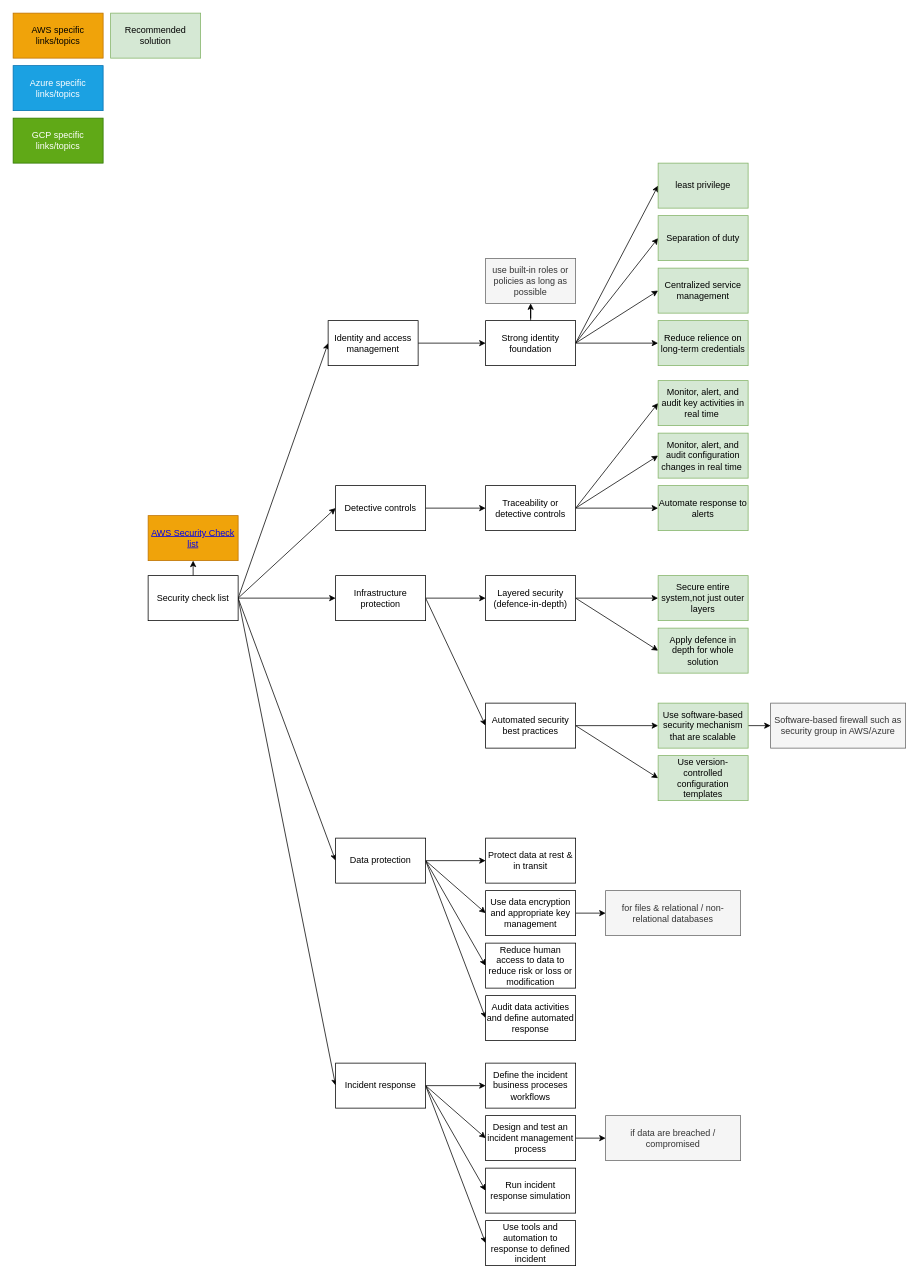
This is drawio/cloud-migration-strategie.drawio from ParisaMousavi/wordpress, a draw.io file, before an edit. Source tidied: cells renumbered, new cells numbered last; positions are measured from the earlier drawing's top-left corner, leaving out a move shared by most shapes. Both pictures are drawn from the tidied source at 75%, with x=0, y=0 at pixel (13, 13).
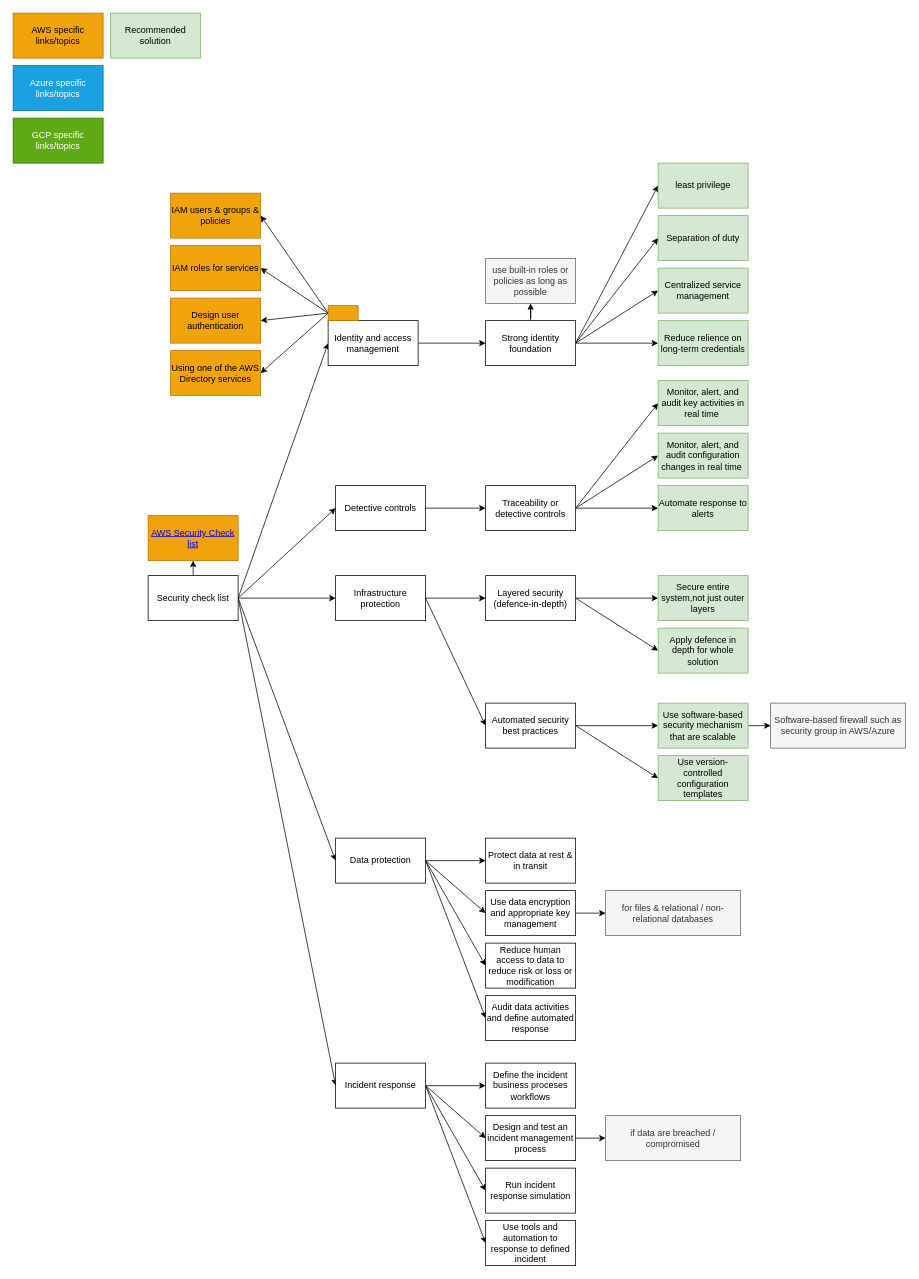
The same page after the edit.

What changed in the source:
```diff
@@
+    <mxCell id="73" parent="0" />
+    <mxCell id="74" value="IAM users &amp;amp; groups &amp;amp; policies" style="whiteSpace=wrap;html=1;rounded=0;fillColor=#f0a30a;strokeColor=#BD7000;fontColor=#000000;" parent="73" vertex="1">
+      <mxGeometry x="210" y="240" width="120" height="60" as="geometry" />
+    </mxCell>
+    <mxCell id="75" value="IAM roles for services" style="whiteSpace=wrap;html=1;rounded=0;fillColor=#f0a30a;strokeColor=#BD7000;fontColor=#000000;" parent="73" vertex="1">
+      <mxGeometry x="210" y="310" width="120" height="60" as="geometry" />
+    </mxCell>
+    <mxCell id="76" value="Design user authentication" style="whiteSpace=wrap;html=1;rounded=0;fillColor=#f0a30a;strokeColor=#BD7000;fontColor=#000000;" parent="73" vertex="1">
+      <mxGeometry x="210" y="380" width="120" height="60" as="geometry" />
+    </mxCell>
+    <mxCell id="77" style="rounded=0;jettySize=auto;html=1;exitX=0;exitY=0.5;exitDx=0;exitDy=0;entryX=1;entryY=0.5;entryDx=0;entryDy=0;" parent="73" edge="1" source="81" target="76">
+      <mxGeometry relative="1" as="geometry" />
+    </mxCell>
+    <mxCell id="78" style="edgeStyle=none;rounded=0;jettySize=auto;html=1;exitX=0;exitY=0.5;exitDx=0;exitDy=0;entryX=1;entryY=0.5;entryDx=0;entryDy=0;" parent="73" edge="1" source="81" target="75">
+      <mxGeometry relative="1" as="geometry" />
+    </mxCell>
+    <mxCell id="79" style="edgeStyle=none;rounded=0;jettySize=auto;html=1;entryX=1;entryY=0.5;entryDx=0;entryDy=0;exitX=0;exitY=0.5;exitDx=0;exitDy=0;" parent="73" edge="1" source="81" target="74">
+      <mxGeometry relative="1" as="geometry" />
+    </mxCell>
+    <mxCell id="80" style="edgeStyle=none;rounded=0;jettySize=auto;html=1;entryX=1;entryY=0.5;entryDx=0;entryDy=0;exitX=0;exitY=0.5;exitDx=0;exitDy=0;" parent="73" edge="1" source="81" target="82">
+      <mxGeometry relative="1" as="geometry" />
+    </mxCell>
+    <mxCell id="81" style="whiteSpace=wrap;html=1;rounded=0;fillColor=#f0a30a;strokeColor=#BD7000;fontColor=#000000;" parent="73" vertex="1">
+      <mxGeometry x="420" y="390" width="40" height="20" as="geometry" />
+    </mxCell>
+    <mxCell id="82" value="Using one of the AWS Directory services" style="whiteSpace=wrap;html=1;rounded=0;fillColor=#f0a30a;strokeColor=#BD7000;fontColor=#000000;" parent="73" vertex="1">
+      <mxGeometry x="210" y="450" width="120" height="60" as="geometry" />
+    </mxCell>
```
